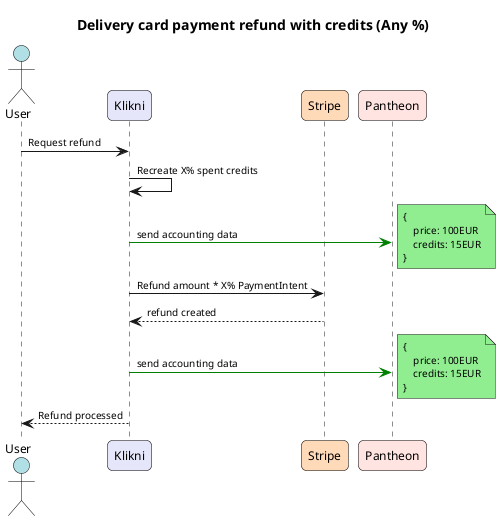
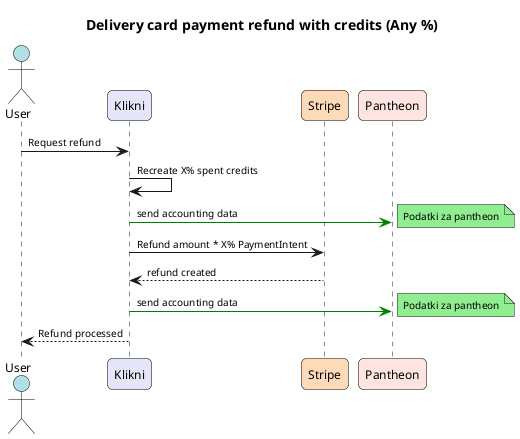
@startuml DeliveryKarticaRefund
title Delivery card payment refund with credits (Any %)
' === Page / Resolution ===
' skinparam dpi 300
' skinparam pageWidth 2100
' skinparam pageHeight 1485

' === Compact Sequence Styling ===
skinparam defaultFontSize 10
skinparam sequence {
    MessageSpacing 15
    ParticipantSpacing 50
}

' === Actor / Participant Styling ===
skinparam actor {
    FontName Arial
    FontSize 12
    BorderColor Black
    BackgroundColor #ADD8E6
    RoundCorner 10
    MinWidth 120
    MinHeight 120
}

skinparam participant {
    FontName Arial
    FontSize 12
    BorderColor Black
    RoundCorner 10
    MinWidth 140
    MinHeight 100
}

' === Participant Colors ===
' Use stereotypes for coloring specific entities
actor User as user #B0E0E6
participant Klikni as klikni #E6E6FA
participant Stripe as stripe #FFDAB9
participant Pantheon as pantheon #FFE4E1

' === Sequence Example ===
user -> klikni: Request refund
klikni -> klikni: Recreate X% spent credits
klikni -[#green]> pantheon: send accounting data
note right #LightGreen
- {
-     price: 100EUR
-     credits: 15EUR
- }
+ Podatki za pantheon
end note


klikni -> stripe: Refund amount * X% PaymentIntent
klikni <-- stripe: refund created
klikni -[#green]> pantheon: send accounting data
note right #LightGreen
- {
-     price: 100EUR
-     credits: 15EUR
- }
+ Podatki za pantheon
end note


klikni --> user: Refund processed

@enduml